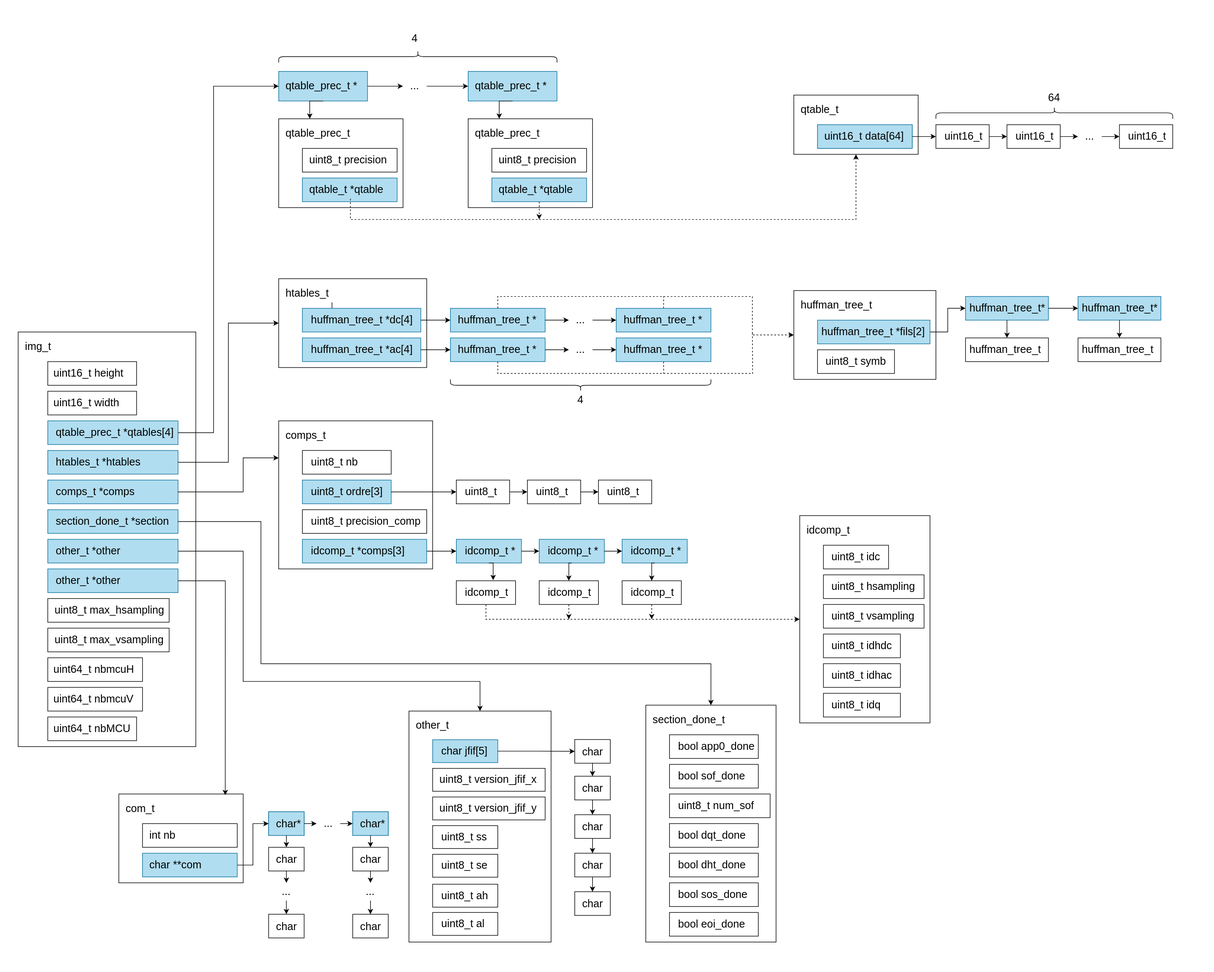
GabrielTessier/jpeg_decoder keeps this draw.io diagram as schemas/diagram_img.svg. Above is the earlier version. Source tidied: cells renumbered, new cells last; positions are measured from the earlier drawing's top-left corner, leaving out a move shared by most shapes.
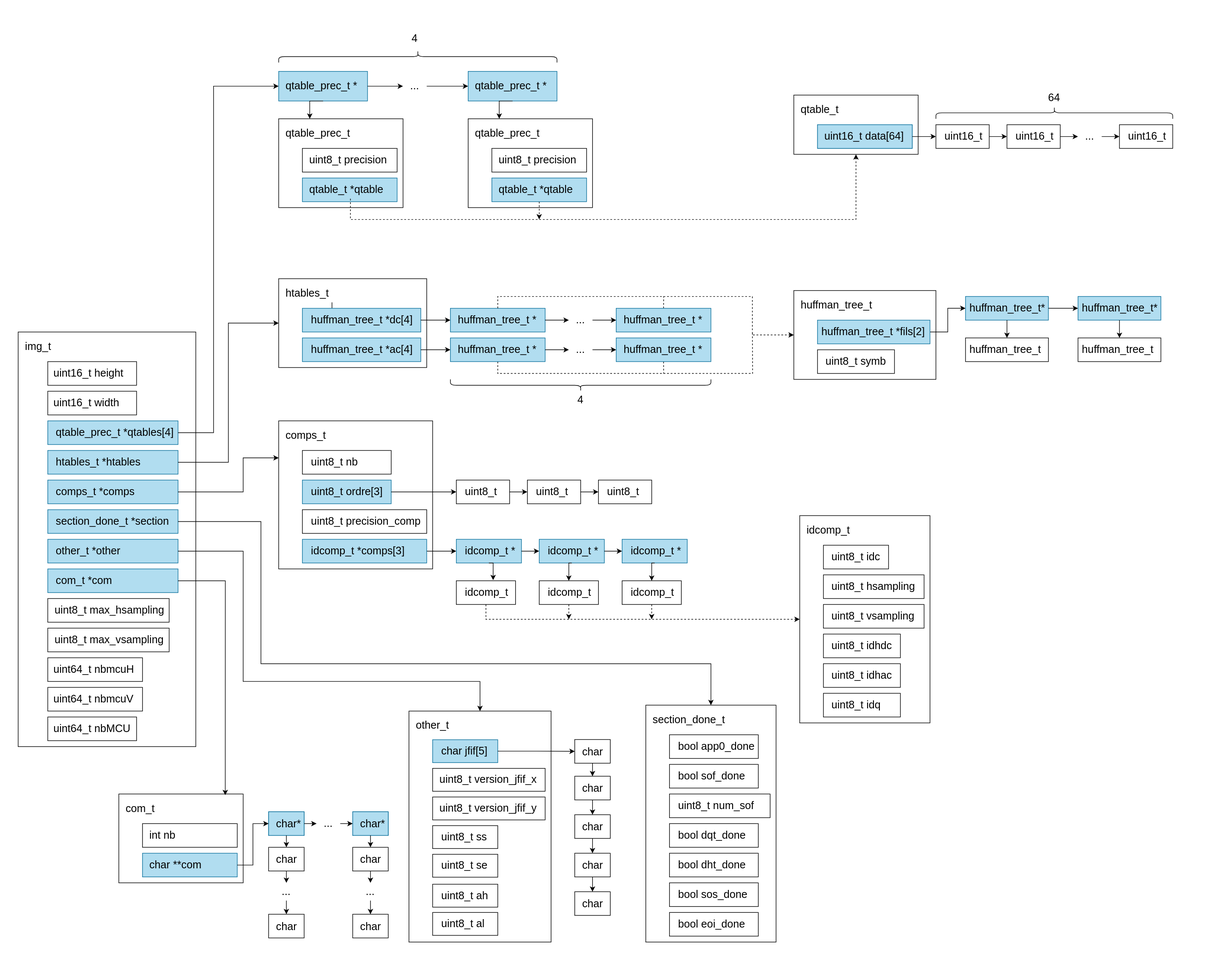
Above is the later version.

Diff of the diagram source:
```diff
@@ -908,7 +908,7 @@
     <mxCell id="290" style="rounded=0;whiteSpace=wrap;html=1;fillColor=#b1ddf0;strokeColor=#10739e;" parent="289" vertex="1">
       <mxGeometry width="220" height="40" as="geometry" />
     </mxCell>
-    <mxCell id="291" value="other_t *other" style="text;html=1;align=left;verticalAlign=middle;whiteSpace=wrap;rounded=0;fontSize=18;" parent="289" vertex="1">
+    <mxCell id="291" value="com_t *com" style="text;html=1;align=left;verticalAlign=middle;whiteSpace=wrap;rounded=0;fontSize=18;" parent="289" vertex="1">
       <mxGeometry x="11.6" y="5" width="208.4" height="30" as="geometry" />
     </mxCell>
     <mxCell id="292" style="group;" parent="3" vertex="1">
```
